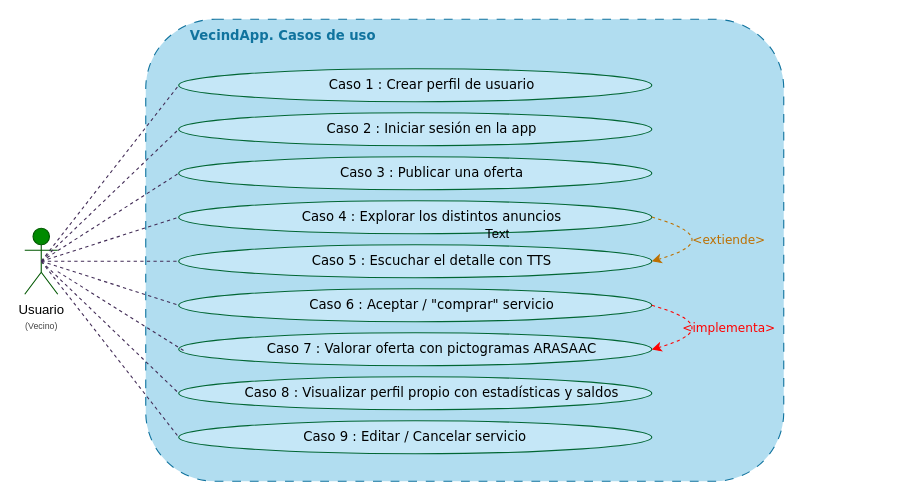
Before: Docu_TFG/Casos_de_uso.drawio in Dasbas23/VecindApp, a draw.io diagram. Source tidied: cells renumbered, new cells numbered last; positions are measured from the earlier drawing's top-left corner, leaving out a move shared by most shapes. Both pictures are drawn from the tidied source at 110%, with x=0, y=0 at pixel (24, 19).
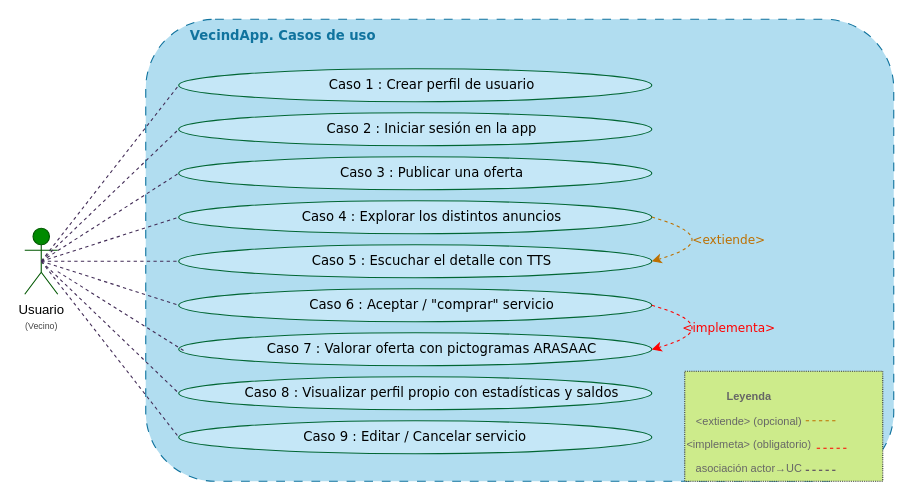
Above is the later version.

Commit message (it also covers changes not shown here):
docs: agregar diagramas UML y ER al proyecto

Diff of the diagram source:
```diff
@@
     <mxCell id="2" style="rounded=1;whiteSpace=wrap;html=1;labelBackgroundColor=none;fillColor=#b1ddf0;strokeColor=#10739e;fillStyle=solid;gradientDirection=radial;labelBorderColor=none;dashed=1;dashPattern=8 8;" parent="1" vertex="1">
-      <mxGeometry x="110" width="580" height="420" as="geometry" />
+      <mxGeometry x="110" width="680" height="420" as="geometry" />
     </mxCell>
@@
-    <mxCell id="26" value="Text" style="text;html=1;whiteSpace=wrap;strokeColor=none;fillColor=none;align=center;verticalAlign=middle;rounded=0;" parent="1" vertex="1">
-      <mxGeometry x="400" y="180" width="60" height="30" as="geometry" />
-    </mxCell>
@@
+    <mxCell id="28" value="&lt;div style=&quot;line-height: 80%;&quot;&gt;&lt;p style=&quot;text-align: center;&quot;&gt;&lt;font style=&quot;font-size: 10px; line-height: 80%;&quot;&gt;&lt;b&gt;Leyenda&lt;/b&gt;&lt;/font&gt;&lt;/p&gt;&lt;p style=&quot;text-align: center;&quot;&gt;&lt;font style=&quot;font-size: 10px; line-height: 80%;&quot;&gt;&amp;lt;extiende&amp;gt; (opcional)&lt;/font&gt;&lt;/p&gt;&lt;p style=&quot;text-align: center;&quot;&gt;&lt;span style=&quot;font-size: 10px; background-color: transparent;&quot;&gt;&amp;lt;implemeta&amp;gt; (obligatorio)&lt;/span&gt;&lt;/p&gt;&lt;p style=&quot;text-align: center;&quot;&gt;&lt;span style=&quot;font-size: 10px; background-color: transparent;&quot;&gt;asociación actor→UC&lt;/span&gt;&lt;/p&gt;&lt;/div&gt;" style="text;html=1;whiteSpace=wrap;overflow=hidden;rounded=0;dashed=1;dashPattern=1 1;fillColor=#cdeb8b;strokeColor=#36393d;fontColor=#666666;" parent="1" vertex="1">
+      <mxGeometry x="600" y="320" width="180" height="100" as="geometry" />
+    </mxCell>
+    <mxCell id="29" style="html=1;rounded=0;endArrow=none;endFill=0;dashed=1;strokeColor=#BD7000;" parent="1" edge="1">
+      <mxGeometry relative="1" as="geometry">
+        <mxPoint x="710" y="365" as="sourcePoint" />
+        <mxPoint x="740" y="365" as="targetPoint" />
+      </mxGeometry>
+    </mxCell>
+    <mxCell id="30" style="html=1;rounded=0;endArrow=none;endFill=0;dashed=1;strokeColor=#FF0000;" parent="1" edge="1">
+      <mxGeometry relative="1" as="geometry">
+        <mxPoint x="720" y="390" as="sourcePoint" />
+        <mxPoint x="750" y="390" as="targetPoint" />
+      </mxGeometry>
+    </mxCell>
+    <mxCell id="31" style="html=1;rounded=0;endArrow=none;endFill=0;dashed=1;strokeColor=#432D57;" parent="1" edge="1">
+      <mxGeometry relative="1" as="geometry">
+        <mxPoint x="710" y="410" as="sourcePoint" />
+        <mxPoint x="740" y="410" as="targetPoint" />
+      </mxGeometry>
+    </mxCell>
```
